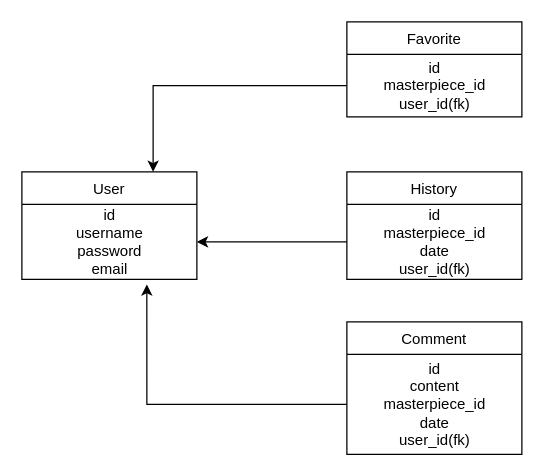
Before: database/Harv'Art MLD.drawio in OwainCharlon/Harv-Art, a draw.io diagram. Source tidied: cells renumbered, new cells numbered last; positions are measured from the earlier drawing's top-left corner, leaving out a move shared by most shapes. Both pictures are drawn from the tidied source at 125%, with x=0, y=0 at pixel (21, 21).
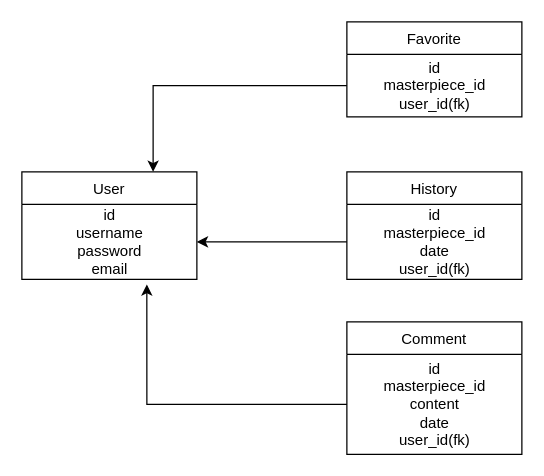
The same page after the edit.

The edit, as a diff of the source:
```diff
@@
 <mxGraphModel>
   <root>
     <mxCell id="0" />
     <mxCell id="1" parent="0" />
     <mxCell id="2" value="Favorite" style="swimlane;fontStyle=0;horizontal=1;startSize=26;fillColor=none;" parent="1" vertex="1">
       <mxGeometry x="260" width="140" height="76" as="geometry" />
     </mxCell>
     <mxCell id="3" value="id&lt;br&gt;masterpiece_id&lt;br&gt;user_id(fk)" style="text;html=1;align=center;verticalAlign=middle;points=[];" parent="2" vertex="1">
       <mxGeometry y="26" width="140" height="50" as="geometry" />
     </mxCell>
     <mxCell id="4" value="History" style="swimlane;fontStyle=0;horizontal=1;startSize=26;fillColor=none;" parent="1" vertex="1">
       <mxGeometry x="260" y="120" width="140" height="86" as="geometry" />
     </mxCell>
     <mxCell id="5" value="id&lt;br&gt;masterpiece_id&lt;br&gt;date&lt;br&gt;user_id(fk)" style="text;html=1;align=center;verticalAlign=middle;points=[];" parent="4" vertex="1">
       <mxGeometry y="26" width="140" height="60" as="geometry" />
     </mxCell>
     <mxCell id="6" value="Comment" style="swimlane;fontStyle=0;horizontal=1;startSize=26;fillColor=none;" parent="1" vertex="1">
       <mxGeometry x="260" y="240" width="140" height="106" as="geometry" />
     </mxCell>
-    <mxCell id="7" value="id&lt;br&gt;content&lt;br&gt;masterpiece_id&lt;br&gt;date&lt;br&gt;user_id(fk)" style="text;html=1;align=center;verticalAlign=middle;points=[];" parent="6" vertex="1">
+    <mxCell id="7" value="id&lt;br&gt;masterpiece_id&lt;br&gt;content&lt;br&gt;date&lt;br&gt;user_id(fk)" style="text;html=1;align=center;verticalAlign=middle;points=[];" parent="6" vertex="1">
       <mxGeometry y="26" width="140" height="80" as="geometry" />
     </mxCell>
     <mxCell id="8" value="User" style="swimlane;fontStyle=0;horizontal=1;startSize=26;fillColor=none;" parent="1" vertex="1">
       <mxGeometry y="120" width="140" height="86" as="geometry" />
     </mxCell>
     <mxCell id="9" value="id&lt;br&gt;username&lt;br&gt;password&lt;br&gt;email" style="text;html=1;align=center;verticalAlign=middle;points=[];" parent="8" vertex="1">
       <mxGeometry y="26" width="140" height="60" as="geometry" />
     </mxCell>
     <mxCell id="10" style="edgeStyle=orthogonalEdgeStyle;rounded=0;jettySize=auto;html=1;entryX=0.75;entryY=0;entryDx=0;entryDy=0;" parent="1" edge="1" source="3" target="8">
       <mxGeometry relative="1" as="geometry" />
     </mxCell>
     <mxCell id="11" style="edgeStyle=orthogonalEdgeStyle;rounded=0;jettySize=auto;html=1;entryX=1;entryY=0.5;entryDx=0;entryDy=0;entryPerimeter=0;" parent="1" edge="1" source="5" target="9">
       <mxGeometry relative="1" as="geometry" />
     </mxCell>
     <mxCell id="12" style="edgeStyle=orthogonalEdgeStyle;rounded=0;jettySize=auto;html=1;entryX=0.714;entryY=1.067;entryDx=0;entryDy=0;entryPerimeter=0;" parent="1" edge="1" source="7" target="9">
       <mxGeometry relative="1" as="geometry" />
     </mxCell>
   </root>
 </mxGraphModel>
```
